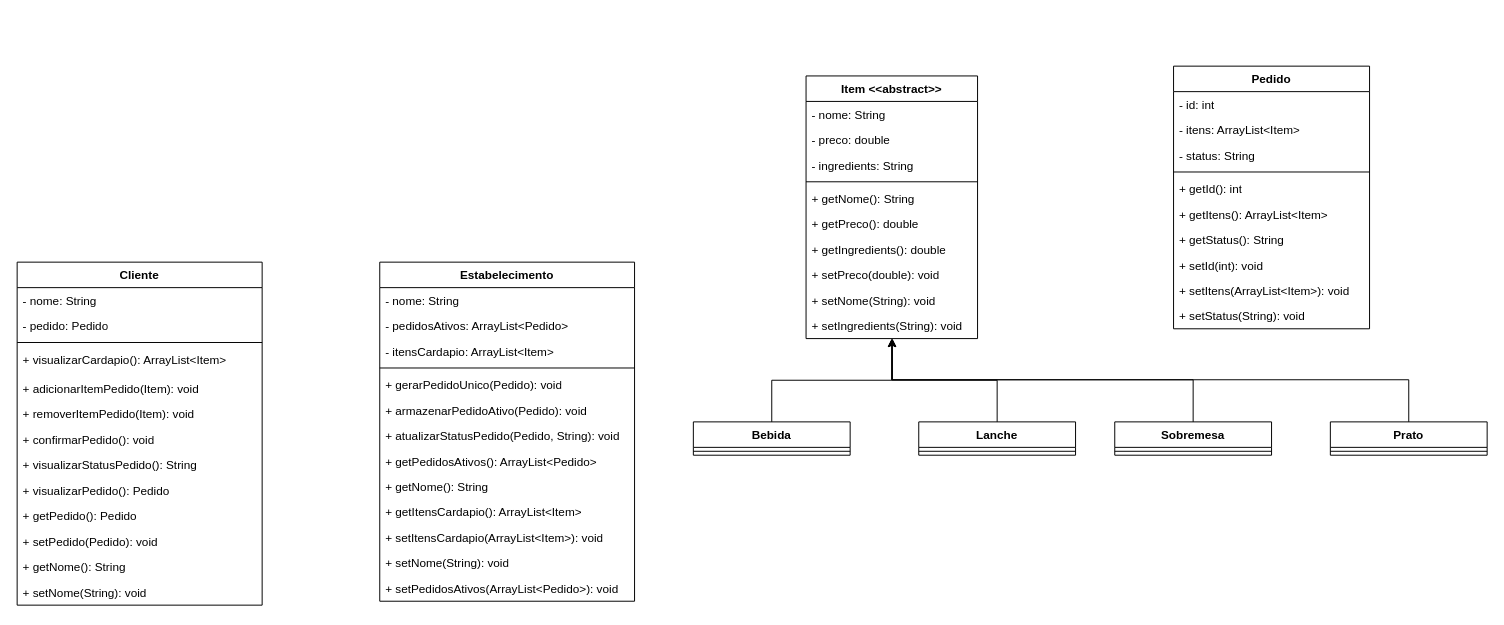
Before: Diagrama de classes.drawio in Pedro-HK/trabalho-final-programacao1, a draw.io diagram. Source tidied: cells renumbered, new cells numbered last; positions are measured from the earlier drawing's top-left corner, leaving out a move shared by most shapes. Both pictures are drawn from the tidied source at 98%, with x=0, y=0 at pixel (17, 66).
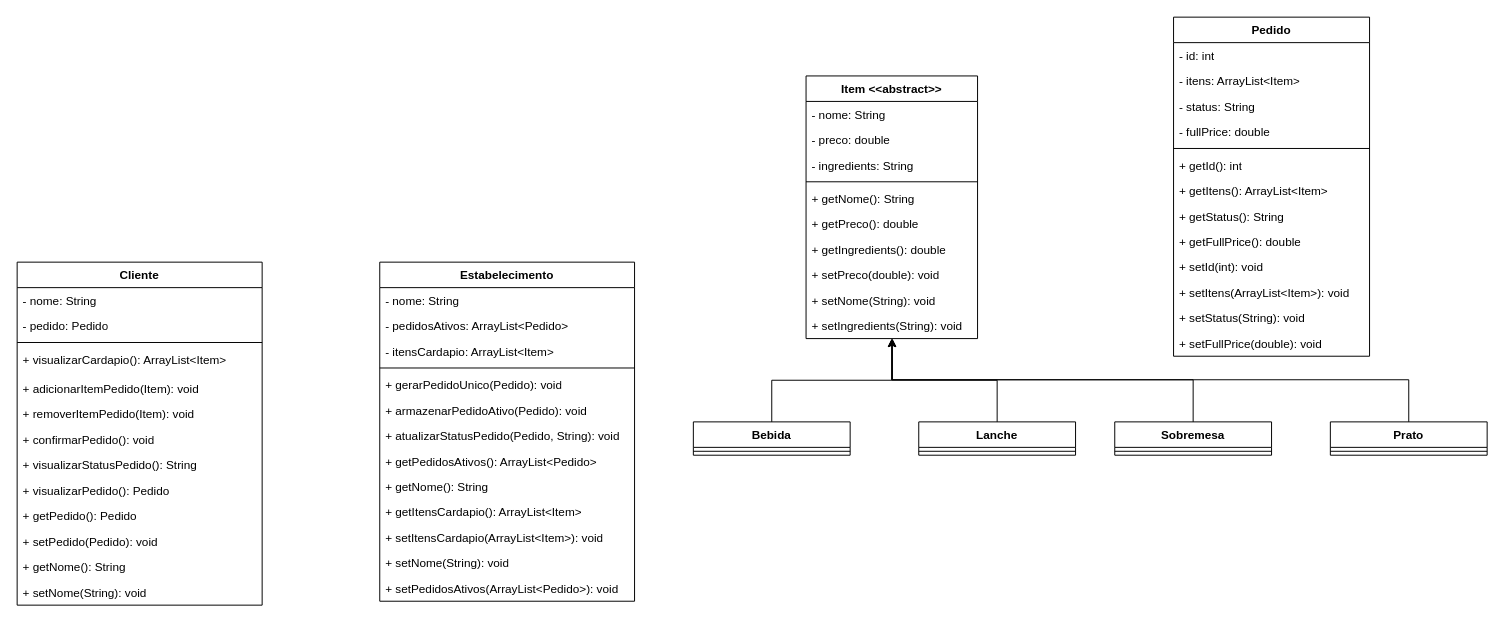
The same page after the edit.

Change to the diagram source:
```diff
@@
     <mxCell id="41" value="Pedido" style="swimlane;fontStyle=1;align=center;verticalAlign=top;horizontal=1;startSize=26;whiteSpace=wrap;html=1;" parent="1" vertex="1">
-      <mxGeometry x="1180" width="200" height="268" as="geometry" />
+      <mxGeometry x="1180" y="-50" width="200" height="346" as="geometry" />
     </mxCell>
@@
+    <mxCell id="64" value="- fullPrice: double" style="text;strokeColor=none;fillColor=none;align=left;verticalAlign=top;spacingLeft=4;spacingRight=4;overflow=hidden;whiteSpace=wrap;html=1;" parent="41" vertex="1">
+      <mxGeometry y="104" width="200" height="26" as="geometry" />
+    </mxCell>
     <mxCell id="45" style="line;strokeWidth=1;fillColor=none;align=left;verticalAlign=middle;spacingTop=-1;spacingLeft=3;spacingRight=3;labelPosition=right;strokeColor=inherit;" parent="41" vertex="1">
-      <mxGeometry y="104" width="200" height="8" as="geometry" />
+      <mxGeometry y="130" width="200" height="8" as="geometry" />
     </mxCell>
     <mxCell id="46" value="+ getId(): int" style="text;strokeColor=none;fillColor=none;align=left;verticalAlign=top;spacingLeft=4;spacingRight=4;overflow=hidden;whiteSpace=wrap;html=1;" parent="41" vertex="1">
-      <mxGeometry y="112" width="200" height="26" as="geometry" />
+      <mxGeometry y="138" width="200" height="26" as="geometry" />
     </mxCell>
     <mxCell id="47" value="+ getItens(): ArrayList&amp;lt;Item&amp;gt;" style="text;strokeColor=none;fillColor=none;align=left;verticalAlign=top;spacingLeft=4;spacingRight=4;overflow=hidden;whiteSpace=wrap;html=1;" parent="41" vertex="1">
-      <mxGeometry y="138" width="200" height="26" as="geometry" />
+      <mxGeometry y="164" width="200" height="26" as="geometry" />
     </mxCell>
     <mxCell id="48" value="+ getStatus(): String" style="text;strokeColor=none;fillColor=none;align=left;verticalAlign=top;spacingLeft=4;spacingRight=4;overflow=hidden;whiteSpace=wrap;html=1;" parent="41" vertex="1">
-      <mxGeometry y="164" width="200" height="26" as="geometry" />
+      <mxGeometry y="190" width="200" height="26" as="geometry" />
     </mxCell>
+    <mxCell id="65" value="+ getFullPrice(): double" style="text;strokeColor=none;fillColor=none;align=left;verticalAlign=top;spacingLeft=4;spacingRight=4;overflow=hidden;whiteSpace=wrap;html=1;" parent="41" vertex="1">
+      <mxGeometry y="216" width="200" height="26" as="geometry" />
+    </mxCell>
     <mxCell id="49" value="+ setId(int): void" style="text;strokeColor=none;fillColor=none;align=left;verticalAlign=top;spacingLeft=4;spacingRight=4;overflow=hidden;whiteSpace=wrap;html=1;" parent="41" vertex="1">
-      <mxGeometry y="190" width="200" height="26" as="geometry" />
+      <mxGeometry y="242" width="200" height="26" as="geometry" />
     </mxCell>
     <mxCell id="50" value="+ setItens(ArrayList&amp;lt;Item&amp;gt;): void" style="text;strokeColor=none;fillColor=none;align=left;verticalAlign=top;spacingLeft=4;spacingRight=4;overflow=hidden;whiteSpace=wrap;html=1;" parent="41" vertex="1">
-      <mxGeometry y="216" width="200" height="26" as="geometry" />
+      <mxGeometry y="268" width="200" height="26" as="geometry" />
     </mxCell>
     <mxCell id="51" value="+ setStatus(String): void" style="text;strokeColor=none;fillColor=none;align=left;verticalAlign=top;spacingLeft=4;spacingRight=4;overflow=hidden;whiteSpace=wrap;html=1;" parent="41" vertex="1">
-      <mxGeometry y="242" width="200" height="26" as="geometry" />
+      <mxGeometry y="294" width="200" height="26" as="geometry" />
     </mxCell>
+    <mxCell id="66" value="+ setFullPrice(double): void" style="text;strokeColor=none;fillColor=none;align=left;verticalAlign=top;spacingLeft=4;spacingRight=4;overflow=hidden;whiteSpace=wrap;html=1;" parent="41" vertex="1">
+      <mxGeometry y="320" width="200" height="26" as="geometry" />
+    </mxCell>
```
